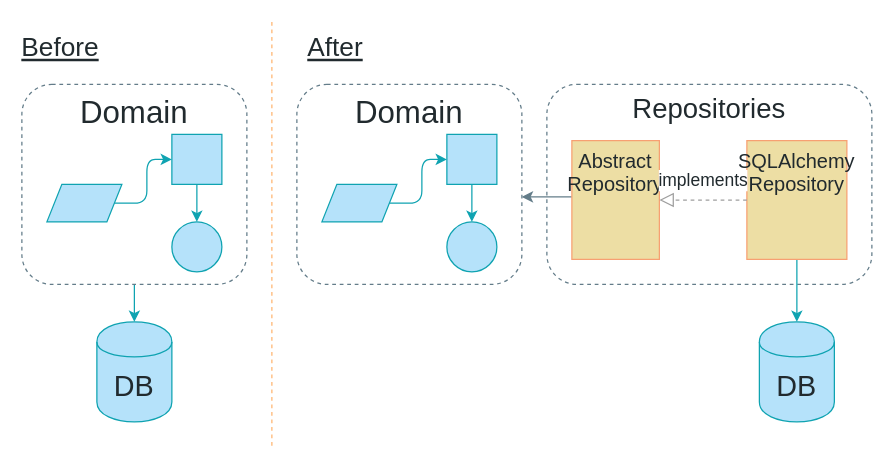
Before: page "Chapter 2" (2 of 11) of maps.drawio in cosmicpython/book, a draw.io diagram. Source tidied: cells renumbered, new cells numbered last; positions are measured from the earlier drawing's top-left corner, leaving out a move shared by most shapes. Both pictures are drawn from the tidied source at 125%, with x=0, y=0 at pixel (21, 21).
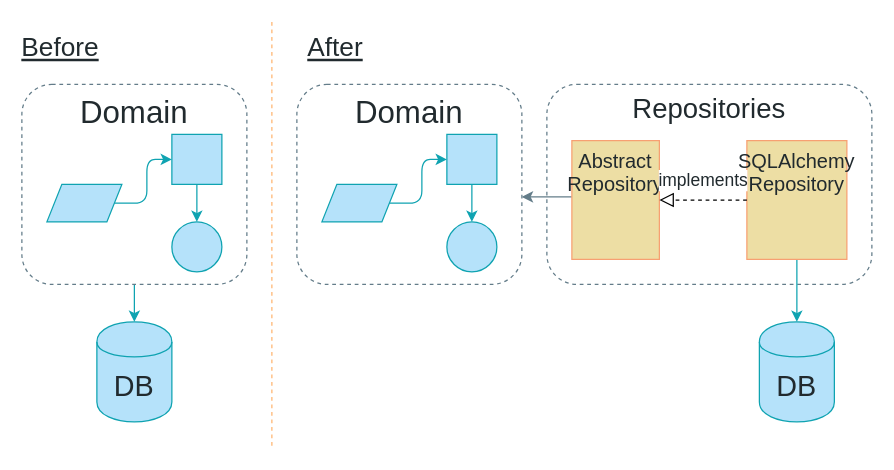
After the change.

Unchanged cells that the change refers to:
```xml
<mxCell id="9" value="&lt;font style=&quot;font-size: 16px;&quot; color=&quot;#212A2E&quot;&gt;Abstract Repository&lt;br style=&quot;font-size: 16px;&quot;&gt;&lt;/font&gt;" style="whiteSpace=wrap;html=1;strokeColor=#F7A072;fillColor=#EDDEA4;gradientColor=none;fontFamily=Guardian Sans Cond Light;fontSize=16;fontColor=#212A2E;verticalAlign=top;" parent="1" vertex="1">
  <mxGeometry x="440" y="95" width="70" height="95" as="geometry" />
</mxCell>
<mxCell id="11" value="SQLAlchemy&lt;br style=&quot;font-size: 16px;&quot;&gt;&lt;font style=&quot;font-size: 16px;&quot;&gt;Repository&lt;/font&gt;" style="whiteSpace=wrap;html=1;strokeColor=#F7A072;fillColor=#EDDEA4;gradientColor=none;fontFamily=Guardian Sans Cond Light;fontSize=16;fontColor=#212A2E;verticalAlign=top;" parent="1" vertex="1">
  <mxGeometry x="580" y="95" width="80" height="95" as="geometry" />
</mxCell>
```

Diff of the diagram source:
```diff
@@
-    <mxCell id="12" value="implements" style="endArrow=block;dashed=1;endFill=0;endSize=9;html=1;strokeColor=#9E9E9E;fillColor=#B5E2FA;fontFamily=Guardian Sans Cond Light;fontSize=14;fontColor=#212A2E;startSize=4;entryX=1;entryY=0.5;entryDx=0;entryDy=0;exitX=0;exitY=0.5;exitDx=0;exitDy=0;labelPosition=center;verticalLabelPosition=top;align=center;verticalAlign=bottom;spacingBottom=5;" parent="1" edge="1" source="11" target="9">
+    <mxCell id="12" value="implements" style="endArrow=block;dashed=1;endFill=0;endSize=9;html=1;strokeColor=#000000;fillColor=#B5E2FA;fontFamily=Guardian Sans Cond Light;fontSize=14;fontColor=#212A2E;startSize=4;entryX=1;entryY=0.5;entryDx=0;entryDy=0;exitX=0;exitY=0.5;exitDx=0;exitDy=0;labelPosition=center;verticalLabelPosition=top;align=center;verticalAlign=bottom;spacingBottom=5;" parent="1" edge="1" source="11" target="9">
       <mxGeometry relative="1" as="geometry" />
     </mxCell>
```
